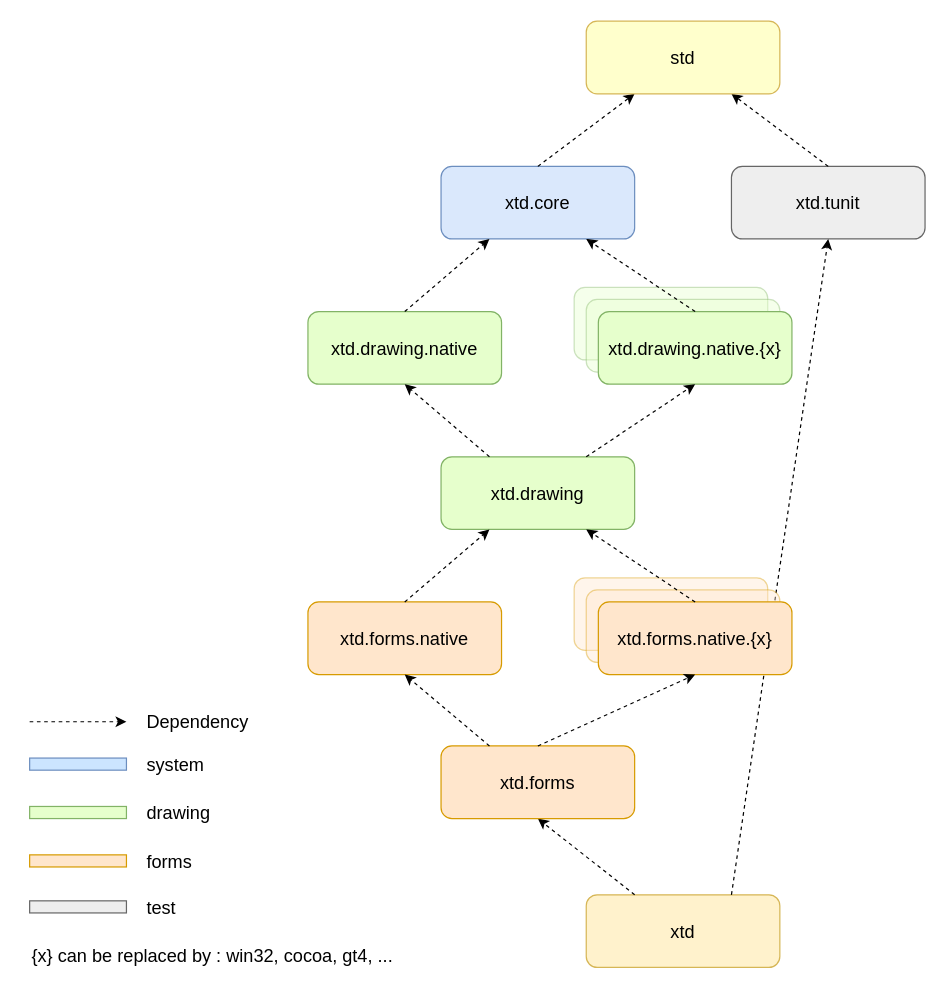
gammasoft71/xtd keeps this draw.io diagram as docs/pictures/diagrams/hierarchy.drawio. Above is the earlier version. Source tidied: cells renumbered, new cells numbered last; positions are measured from the earlier drawing's top-left corner, leaving out a move shared by most shapes. Both pictures are drawn from the tidied source at 121%, with x=0, y=0 at pixel (29, 21).
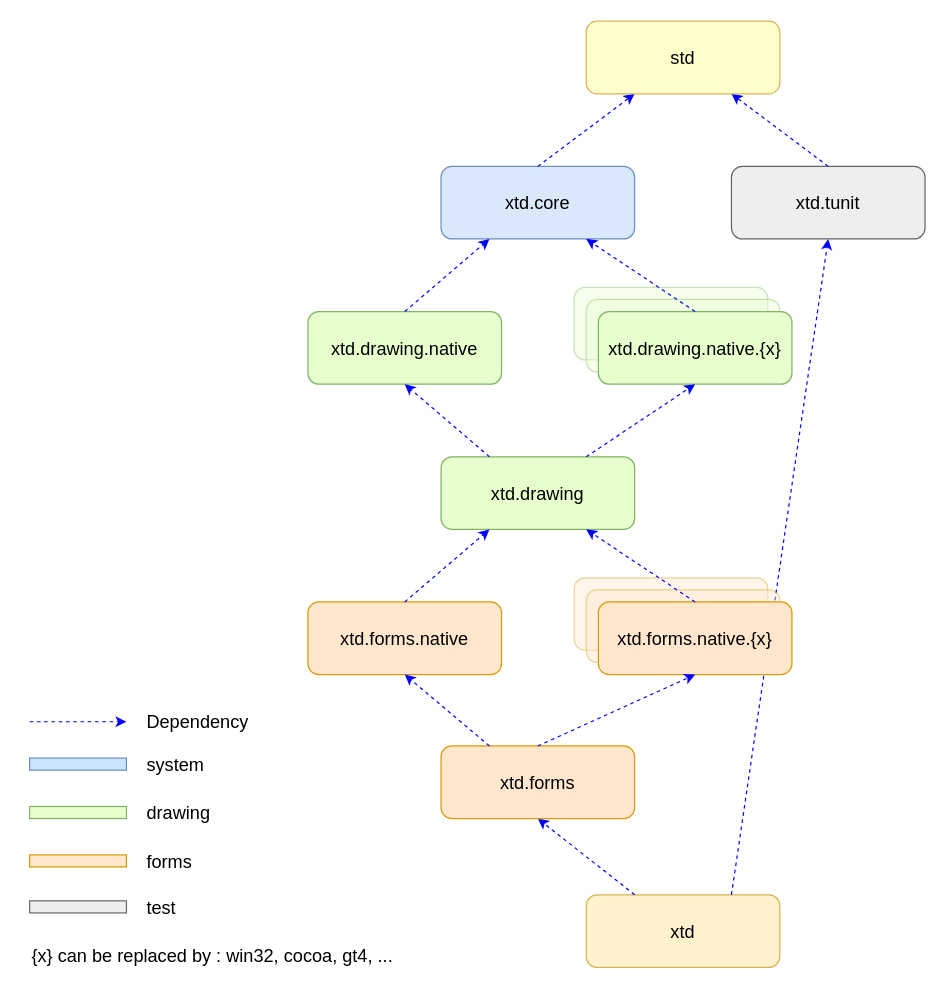
The same page after the edit.

Unchanged cells that the change refers to:
```xml
<mxCell id="2" value="xtd.core" style="rounded=1;whiteSpace=wrap;html=1;fillColor=#dae8fc;strokeColor=#6c8ebf;fontSize=15;" parent="1" vertex="1">
  <mxGeometry x="340" y="120" width="160" height="60" as="geometry" />
</mxCell>
<mxCell id="13" value="xtd.tunit" style="rounded=1;whiteSpace=wrap;html=1;fillColor=#EEEEEE;strokeColor=#666666;fontSize=15;" parent="1" vertex="1">
  <mxGeometry x="580" y="120" width="160" height="60" as="geometry" />
</mxCell>
<mxCell id="15" value="&lt;span&gt;xtd&lt;/span&gt;" style="rounded=1;whiteSpace=wrap;html=1;strokeColor=#d6b656;fontSize=15;fillColor=#fff2cc;" parent="1" vertex="1">
  <mxGeometry x="460" y="722" width="160" height="60" as="geometry" />
</mxCell>
<mxCell id="19" value="&lt;span&gt;std&lt;/span&gt;" style="rounded=1;whiteSpace=wrap;html=1;strokeColor=#d6b656;fontSize=15;fillColor=#FFFFCC;" parent="1" vertex="1">
  <mxGeometry x="460" width="160" height="60" as="geometry" />
</mxCell>
<mxCell id="22" value="xtd.forms.native" style="rounded=1;whiteSpace=wrap;html=1;fillColor=#FFE6CC;strokeColor=#d79b00;fontSize=15;" parent="1" vertex="1">
  <mxGeometry x="230" y="480" width="160" height="60" as="geometry" />
</mxCell>
<mxCell id="23" value="xtd.forms" style="rounded=1;whiteSpace=wrap;html=1;fillColor=#FFE6CC;strokeColor=#d79b00;fontSize=15;" parent="1" vertex="1">
  <mxGeometry x="340" y="599" width="160" height="60" as="geometry" />
</mxCell>
<mxCell id="25" value="xtd.forms.native.{x}" style="rounded=1;whiteSpace=wrap;html=1;fillColor=#FFE6CC;strokeColor=#d79b00;fontSize=15;" parent="1" vertex="1">
  <mxGeometry x="470" y="480" width="160" height="60" as="geometry" />
</mxCell>
<mxCell id="28" value="xtd.drawing" style="rounded=1;whiteSpace=wrap;html=1;fontSize=15;fillColor=#E6FFCC;strokeColor=#82B366;" parent="1" vertex="1">
  <mxGeometry x="340" y="360" width="160" height="60" as="geometry" />
</mxCell>
<mxCell id="29" value="xtd.drawing.native" style="rounded=1;whiteSpace=wrap;html=1;fontSize=15;fillColor=#E6FFCC;strokeColor=#82B366;" parent="1" vertex="1">
  <mxGeometry x="230" y="240" width="160" height="60" as="geometry" />
</mxCell>
<mxCell id="32" value="xtd.drawing.native.{x}" style="rounded=1;whiteSpace=wrap;html=1;fontSize=15;fillColor=#E6FFCC;strokeColor=#82B366;" parent="1" vertex="1">
  <mxGeometry x="470" y="240" width="160" height="60" as="geometry" />
</mxCell>
```

Diff of the diagram source:
```diff
@@
-    <mxCell id="4" style="endArrow=classic;dashed=1;html=1;entryX=0.25;entryY=1;exitX=0.5;exitY=0;startArrow=none;startFill=0;endFill=1;fontSize=15;entryDx=0;entryDy=0;exitDx=0;exitDy=0;" parent="1" edge="1" source="2" target="19">
+    <mxCell id="4" style="endArrow=classic;dashed=1;html=1;entryX=0.25;entryY=1;exitX=0.5;exitY=0;startArrow=none;startFill=0;endFill=1;fontSize=15;entryDx=0;entryDy=0;exitDx=0;exitDy=0;strokeColor=#0000FF;" parent="1" edge="1" source="2" target="19">
       <mxGeometry relative="1" as="geometry" />
     </mxCell>
-    <mxCell id="5" style="endArrow=classic;dashed=1;html=1;endFill=1;fontSize=15;" parent="1" edge="1">
+    <mxCell id="5" style="endArrow=classic;dashed=1;html=1;endFill=1;fontSize=15;strokeColor=#0000FF;" parent="1" edge="1">
       <mxGeometry relative="1" as="geometry">
         <mxPoint y="579" as="sourcePoint" />
         <mxPoint x="80" y="579" as="targetPoint" />
       </mxGeometry>
     </mxCell>
@@
-    <mxCell id="16" style="endArrow=classic;dashed=1;html=1;exitX=0.5;exitY=0;endFill=1;fontSize=15;exitDx=0;exitDy=0;entryX=0.75;entryY=1;entryDx=0;entryDy=0;" parent="1" edge="1" source="13" target="19">
+    <mxCell id="16" style="endArrow=classic;dashed=1;html=1;exitX=0.5;exitY=0;endFill=1;fontSize=15;exitDx=0;exitDy=0;entryX=0.75;entryY=1;entryDx=0;entryDy=0;strokeColor=#0000FF;" parent="1" edge="1" source="13" target="19">
       <mxGeometry relative="1" as="geometry" />
     </mxCell>
-    <mxCell id="17" style="endArrow=classic;dashed=1;html=1;entryX=0.5;entryY=1;exitX=0.25;exitY=0;endFill=1;fontSize=15;entryDx=0;entryDy=0;exitDx=0;exitDy=0;" parent="1" edge="1" source="15" target="23">
+    <mxCell id="17" style="endArrow=classic;dashed=1;html=1;entryX=0.5;entryY=1;exitX=0.25;exitY=0;endFill=1;fontSize=15;entryDx=0;entryDy=0;exitDx=0;exitDy=0;strokeColor=#0000FF;" parent="1" edge="1" source="15" target="23">
       <mxGeometry relative="1" as="geometry" />
     </mxCell>
-    <mxCell id="18" style="endArrow=classic;dashed=1;html=1;entryX=0.5;entryY=1;endFill=1;fontSize=15;entryDx=0;entryDy=0;exitX=0.75;exitY=0;exitDx=0;exitDy=0;" parent="1" edge="1" source="15" target="13">
+    <mxCell id="18" style="endArrow=classic;dashed=1;html=1;entryX=0.5;entryY=1;endFill=1;fontSize=15;entryDx=0;entryDy=0;exitX=0.75;exitY=0;exitDx=0;exitDy=0;strokeColor=#0000FF;" parent="1" edge="1" source="15" target="13">
       <mxGeometry relative="1" as="geometry" />
     </mxCell>
@@
-    <mxCell id="26" style="endArrow=classic;dashed=1;html=1;entryX=0.5;entryY=1;exitX=0.5;exitY=0;endFill=1;fontSize=15;entryDx=0;entryDy=0;exitDx=0;exitDy=0;" parent="1" edge="1" source="23" target="25">
+    <mxCell id="26" style="endArrow=classic;dashed=1;html=1;entryX=0.5;entryY=1;exitX=0.5;exitY=0;endFill=1;fontSize=15;entryDx=0;entryDy=0;exitDx=0;exitDy=0;strokeColor=#0000FF;" parent="1" edge="1" source="23" target="25">
       <mxGeometry relative="1" as="geometry" />
     </mxCell>
-    <mxCell id="27" style="endArrow=classic;dashed=1;html=1;entryX=0.5;entryY=1;exitX=0.25;exitY=0;endFill=1;fontSize=15;entryDx=0;entryDy=0;exitDx=0;exitDy=0;" parent="1" edge="1" source="23" target="22">
+    <mxCell id="27" style="endArrow=classic;dashed=1;html=1;entryX=0.5;entryY=1;exitX=0.25;exitY=0;endFill=1;fontSize=15;entryDx=0;entryDy=0;exitDx=0;exitDy=0;strokeColor=#0000FF;" parent="1" edge="1" source="23" target="22">
       <mxGeometry relative="1" as="geometry" />
     </mxCell>
@@
-    <mxCell id="30" style="endArrow=classic;dashed=1;html=1;entryX=0.25;entryY=1;exitX=0.5;exitY=0;endFill=1;fontSize=15;entryDx=0;entryDy=0;exitDx=0;exitDy=0;" parent="1" edge="1" source="29" target="2">
+    <mxCell id="30" style="endArrow=classic;dashed=1;html=1;entryX=0.25;entryY=1;exitX=0.5;exitY=0;endFill=1;fontSize=15;entryDx=0;entryDy=0;exitDx=0;exitDy=0;strokeColor=#0000FF;" parent="1" edge="1" source="29" target="2">
       <mxGeometry relative="1" as="geometry" />
     </mxCell>
@@
-    <mxCell id="33" style="endArrow=classic;dashed=1;html=1;entryX=0.75;entryY=1;exitX=0.5;exitY=0;endFill=1;fontSize=15;entryDx=0;entryDy=0;exitDx=0;exitDy=0;" parent="1" edge="1" source="32" target="2">
+    <mxCell id="33" style="endArrow=classic;dashed=1;html=1;entryX=0.75;entryY=1;exitX=0.5;exitY=0;endFill=1;fontSize=15;entryDx=0;entryDy=0;exitDx=0;exitDy=0;strokeColor=#0000FF;" parent="1" edge="1" source="32" target="2">
       <mxGeometry relative="1" as="geometry" />
     </mxCell>
-    <mxCell id="34" style="endArrow=classic;dashed=1;html=1;exitX=0.5;exitY=0;endFill=1;fontSize=15;exitDx=0;exitDy=0;entryX=0.25;entryY=1;entryDx=0;entryDy=0;" parent="1" edge="1" source="22" target="28">
+    <mxCell id="34" style="endArrow=classic;dashed=1;html=1;exitX=0.5;exitY=0;endFill=1;fontSize=15;exitDx=0;exitDy=0;entryX=0.25;entryY=1;entryDx=0;entryDy=0;strokeColor=#0000FF;" parent="1" edge="1" source="22" target="28">
       <mxGeometry relative="1" as="geometry" />
     </mxCell>
-    <mxCell id="35" style="endArrow=classic;dashed=1;html=1;exitX=0.5;exitY=0;endFill=1;fontSize=15;exitDx=0;exitDy=0;entryX=0.75;entryY=1;entryDx=0;entryDy=0;" parent="1" edge="1" source="25" target="28">
+    <mxCell id="35" style="endArrow=classic;dashed=1;html=1;exitX=0.5;exitY=0;endFill=1;fontSize=15;exitDx=0;exitDy=0;entryX=0.75;entryY=1;entryDx=0;entryDy=0;strokeColor=#0000FF;" parent="1" edge="1" source="25" target="28">
       <mxGeometry relative="1" as="geometry" />
     </mxCell>
-    <mxCell id="36" style="endArrow=classic;dashed=1;html=1;endFill=1;fontSize=15;entryX=0.5;entryY=1;entryDx=0;entryDy=0;exitX=0.75;exitY=0;exitDx=0;exitDy=0;" parent="1" edge="1" source="28" target="32">
+    <mxCell id="36" style="endArrow=classic;dashed=1;html=1;endFill=1;fontSize=15;entryX=0.5;entryY=1;entryDx=0;entryDy=0;exitX=0.75;exitY=0;exitDx=0;exitDy=0;strokeColor=#0000FF;" parent="1" edge="1" source="28" target="32">
       <mxGeometry relative="1" as="geometry" />
     </mxCell>
@@
-    <mxCell id="38" style="endArrow=classic;dashed=1;html=1;endFill=1;fontSize=15;entryX=0.5;entryY=1;entryDx=0;entryDy=0;exitX=0.25;exitY=0;exitDx=0;exitDy=0;" parent="1" edge="1" source="28" target="29">
+    <mxCell id="38" style="endArrow=classic;dashed=1;html=1;endFill=1;fontSize=15;entryX=0.5;entryY=1;entryDx=0;entryDy=0;exitX=0.25;exitY=0;exitDx=0;exitDy=0;strokeColor=#0000FF;" parent="1" edge="1" source="28" target="29">
       <mxGeometry relative="1" as="geometry" />
     </mxCell>
```
